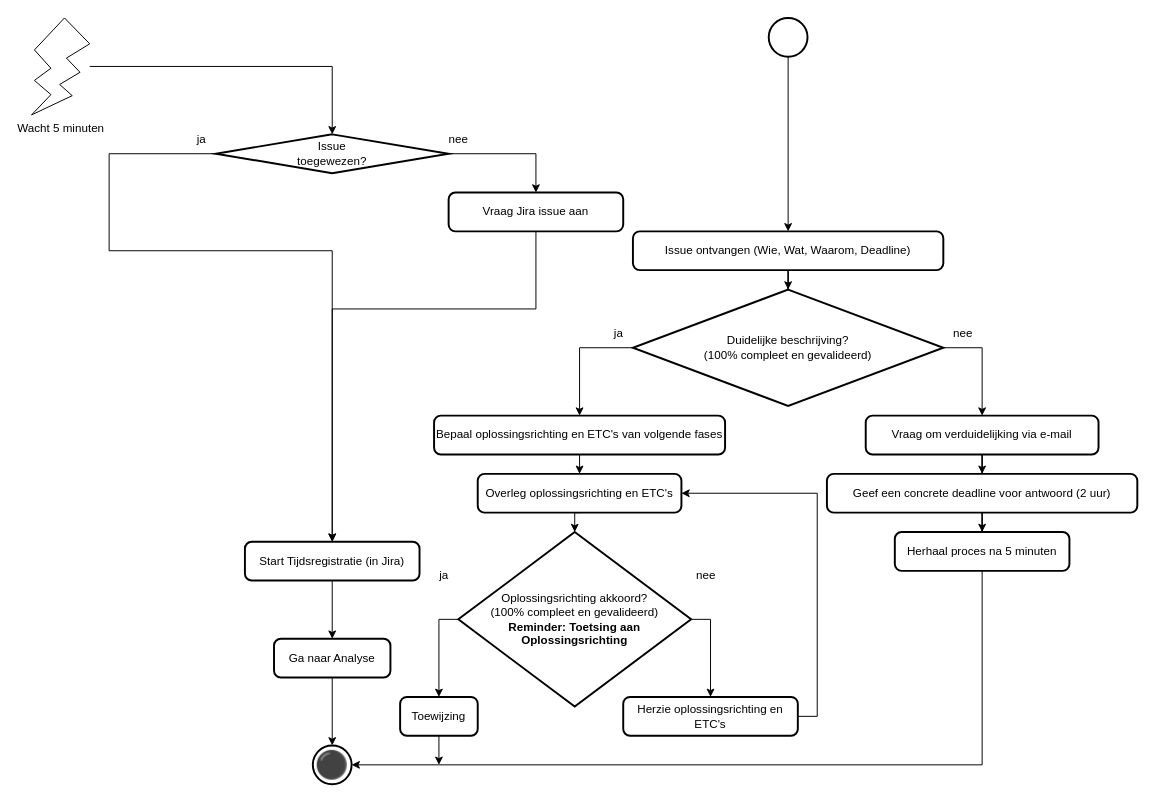
The draw.io diagram 1 Issue Tracker intake.drawio in Zaibatsu89/IssueTracker, before the edit. Source tidied: cells renumbered, new cells numbered last; positions are measured from the earlier drawing's top-left corner, leaving out a move shared by most shapes. Both pictures are drawn from the tidied source at 97%, with x=0, y=0 at pixel (31, 17).
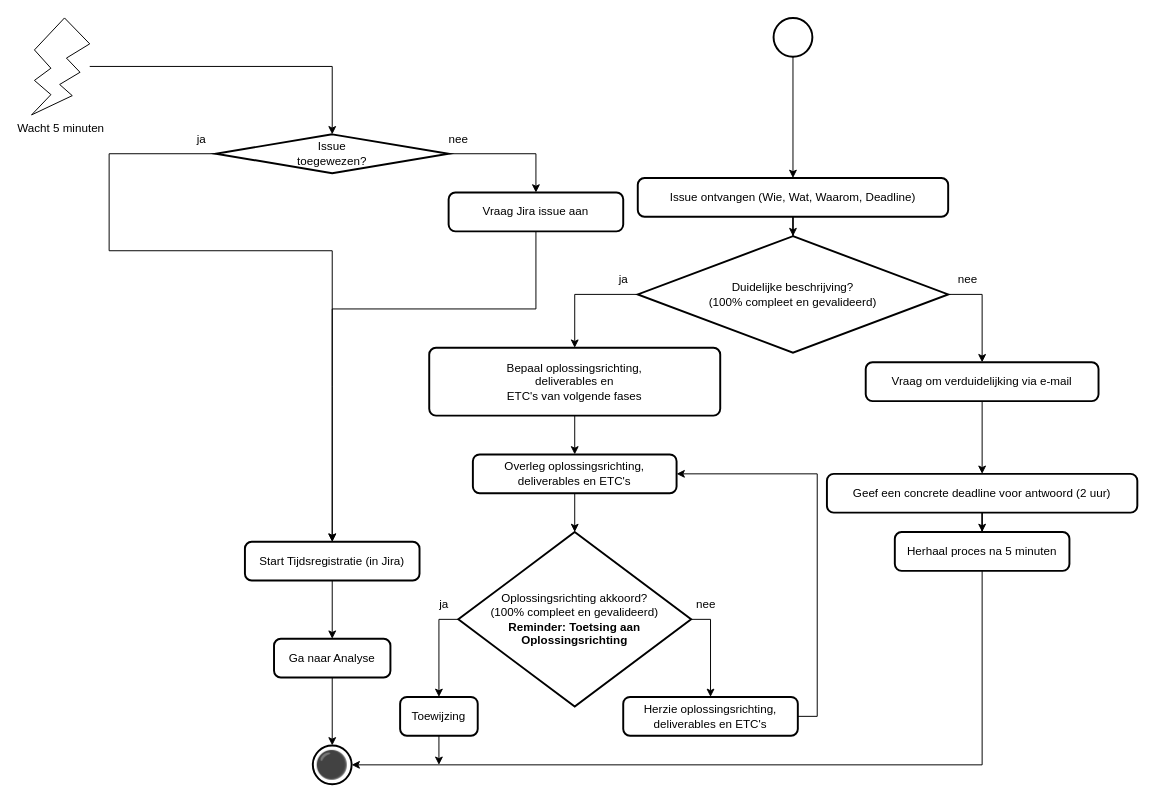
After the change.

Commit message:
voeg deliverable toe aan flowchart van intake

The edit, as a diff of the source:
```diff
@@
     <mxCell id="3" style="strokeWidth=2;html=1;shape=mxgraph.flowchart.start_2;whiteSpace=wrap;" parent="1" vertex="1">
-      <mxGeometry x="760" width="40" height="40" as="geometry" />
+      <mxGeometry x="765" width="40" height="40" as="geometry" />
     </mxCell>
@@
     <mxCell id="5" value="Issue ontvangen (Wie, Wat, Waarom, Deadline)" style="rounded=1;whiteSpace=wrap;html=1;absoluteArcSize=1;arcSize=14;strokeWidth=2;" parent="1" vertex="1">
-      <mxGeometry x="620" y="220" width="320" height="40" as="geometry" />
+      <mxGeometry x="625" y="165" width="320" height="40" as="geometry" />
     </mxCell>
@@
     <mxCell id="8" value="Duidelijke beschrijving?&lt;div&gt;(100% compleet en gevalideerd)&lt;/div&gt;" style="strokeWidth=2;html=1;shape=mxgraph.flowchart.decision;whiteSpace=wrap;" parent="1" vertex="1">
-      <mxGeometry x="620" y="280" width="320" height="120" as="geometry" />
+      <mxGeometry x="625" y="225" width="320" height="120" as="geometry" />
     </mxCell>
@@
     <mxCell id="10" value="Vraag om verduidelijking via e-mail" style="rounded=1;whiteSpace=wrap;html=1;absoluteArcSize=1;arcSize=14;strokeWidth=2;" parent="1" vertex="1">
-      <mxGeometry x="860" y="410" width="240" height="40" as="geometry" />
+      <mxGeometry x="860" y="355" width="240" height="40" as="geometry" />
     </mxCell>
     <mxCell id="11" value="nee" style="text;html=1;align=center;verticalAlign=middle;strokeColor=none;fillColor=none;" parent="1" vertex="1">
-      <mxGeometry x="940" y="310" width="40" height="30" as="geometry" />
+      <mxGeometry x="945" y="255" width="40" height="30" as="geometry" />
     </mxCell>
@@
     <mxCell id="15" value="ja" style="text;html=1;align=center;verticalAlign=middle;strokeColor=none;fillColor=none;" parent="1" vertex="1">
-      <mxGeometry x="590" y="310" width="30" height="30" as="geometry" />
+      <mxGeometry x="595" y="255" width="30" height="30" as="geometry" />
     </mxCell>
@@
-    <mxCell id="29" value="Bepaal oplossingsrichting en ETC's van volgende fases" style="rounded=1;whiteSpace=wrap;html=1;absoluteArcSize=1;arcSize=14;strokeWidth=2;" parent="1" vertex="1">
-      <mxGeometry x="415" y="410" width="300" height="40" as="geometry" />
+    <mxCell id="29" value="Bepaal oplossingsrichting,&lt;div&gt;deliverables en&lt;/div&gt;&lt;div&gt;ETC's van volgende fases&lt;/div&gt;" style="rounded=1;whiteSpace=wrap;html=1;absoluteArcSize=1;arcSize=14;strokeWidth=2;" parent="1" vertex="1">
+      <mxGeometry x="410" y="340" width="300" height="70" as="geometry" />
     </mxCell>
-    <mxCell id="30" value="Overleg oplossingsrichting en ETC's" style="rounded=1;whiteSpace=wrap;html=1;absoluteArcSize=1;arcSize=14;strokeWidth=2;" parent="1" vertex="1">
-      <mxGeometry x="460" y="470" width="210" height="40" as="geometry" />
+    <mxCell id="30" value="Overleg oplossingsrichting,&lt;div&gt;deliverables en&amp;nbsp;&lt;span style=&quot;background-color: transparent; color: light-dark(rgb(0, 0, 0), rgb(255, 255, 255));&quot;&gt;ETC's&lt;/span&gt;&lt;/div&gt;" style="rounded=1;whiteSpace=wrap;html=1;absoluteArcSize=1;arcSize=14;strokeWidth=2;" parent="1" vertex="1">
+      <mxGeometry x="455" y="450" width="210" height="40" as="geometry" />
     </mxCell>
@@
     <mxCell id="41" value="ja" style="text;html=1;align=center;verticalAlign=middle;strokeColor=none;fillColor=none;" parent="1" vertex="1">
-      <mxGeometry x="410" y="560" width="30" height="30" as="geometry" />
+      <mxGeometry x="410" y="590" width="30" height="30" as="geometry" />
     </mxCell>
@@
-    <mxCell id="43" value="Herzie oplossingsrichting en ETC's" style="rounded=1;whiteSpace=wrap;html=1;absoluteArcSize=1;arcSize=14;strokeWidth=2;" parent="1" vertex="1">
+    <mxCell id="43" value="Herzie oplossingsrichting,&lt;div&gt;deliverables en ETC's&lt;/div&gt;" style="rounded=1;whiteSpace=wrap;html=1;absoluteArcSize=1;arcSize=14;strokeWidth=2;" parent="1" vertex="1">
       <mxGeometry x="610" y="700" width="180" height="40" as="geometry" />
     </mxCell>
     <mxCell id="44" value="nee" style="text;html=1;align=center;verticalAlign=middle;strokeColor=none;fillColor=none;" parent="1" vertex="1">
-      <mxGeometry x="675" y="560" width="40" height="30" as="geometry" />
+      <mxGeometry x="675" y="590" width="40" height="30" as="geometry" />
     </mxCell>
```
